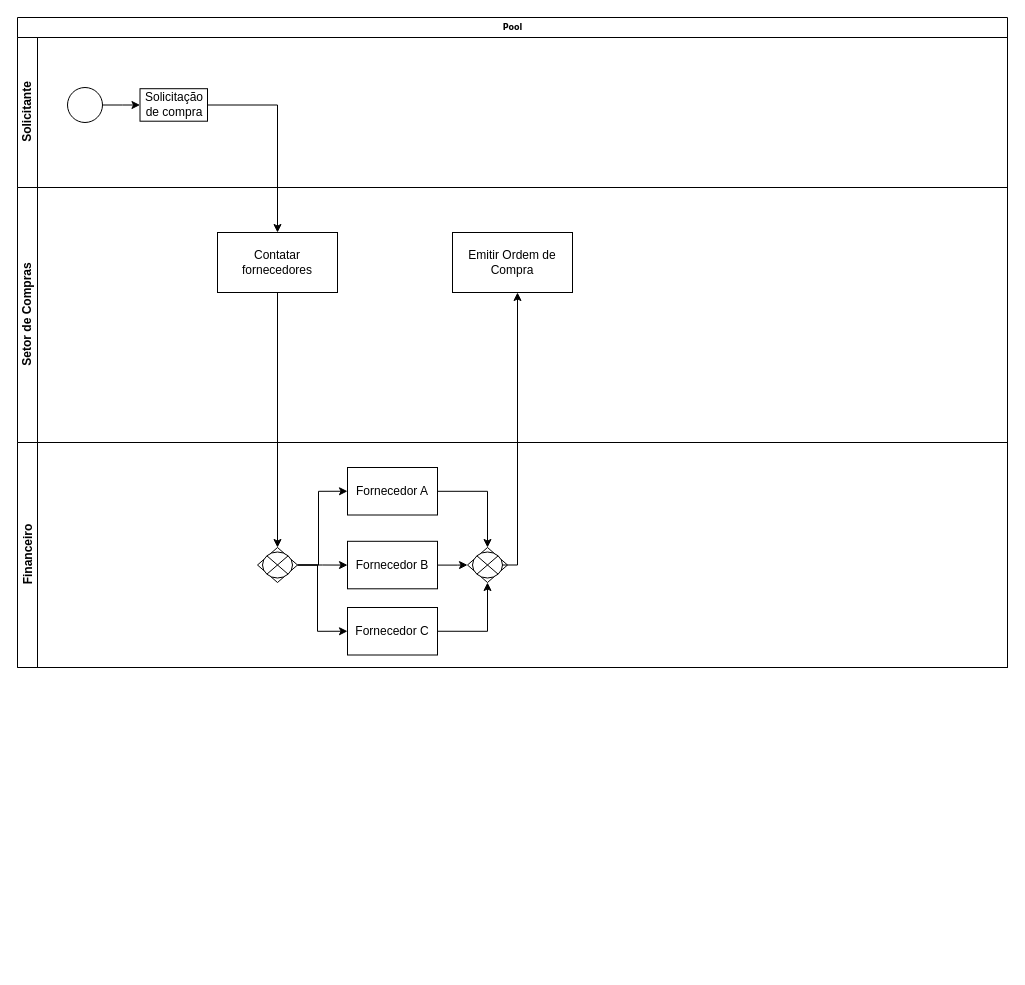
The draw.io diagram trabalho.drawio in Dallas-03/DiagramaAnalise, before the edit. Source tidied: cells renumbered, new cells numbered last; positions are measured from the earlier drawing's top-left corner, leaving out a move shared by most shapes. Both pictures are drawn from the tidied source at 100%, with x=0, y=0 at pixel (17, 17).
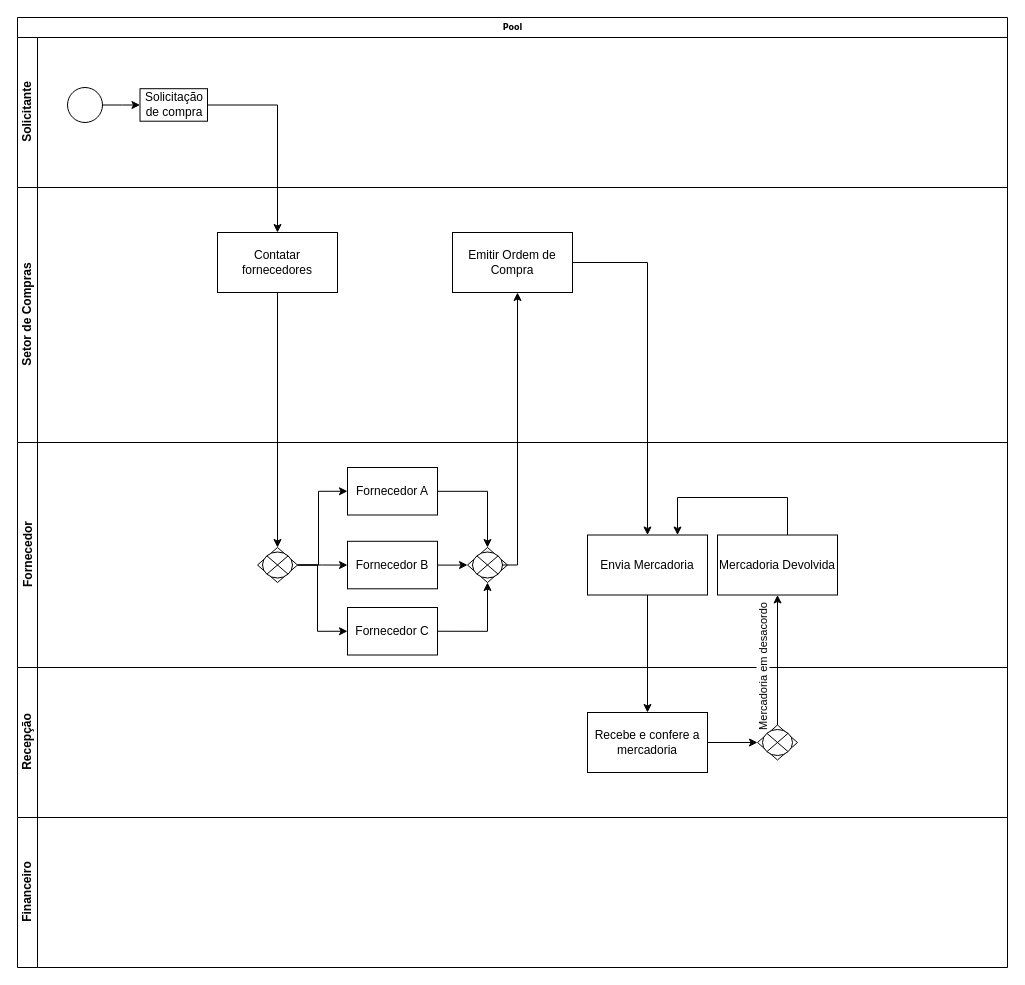
Above is the later version.

The change refers to these unchanged cells:
```xml
<mxCell id="2" value="Pool" style="swimlane;html=1;horizontal=1;startSize=20;rounded=0;shadow=0;labelBackgroundColor=none;strokeWidth=1;fontFamily=Verdana;fontSize=8;align=center;" parent="1" vertex="1">
  <mxGeometry width="990" height="650" as="geometry" />
</mxCell>
<mxCell id="9" value="Emitir Ordem de Compra" style="whiteSpace=wrap;html=1;" parent="7" vertex="1">
  <mxGeometry x="435" y="45" width="120" height="60" as="geometry" />
</mxCell>
```

Change to the diagram source:
```diff
@@
-    <mxCell id="12" value="Financeiro" style="swimlane;html=1;startSize=20;horizontal=0;" parent="2" vertex="1">
+    <mxCell id="12" value="Fornecedor" style="swimlane;html=1;startSize=20;horizontal=0;" parent="2" vertex="1">
       <mxGeometry y="425" width="990" height="225" as="geometry" />
     </mxCell>
@@
+    <mxCell id="27" value="Envia Mercadoria" style="whiteSpace=wrap;html=1;" parent="12" vertex="1">
+      <mxGeometry x="570" y="92.5" width="120" height="60" as="geometry" />
+    </mxCell>
+    <mxCell id="28" style="edgeStyle=orthogonalEdgeStyle;rounded=0;jettySize=auto;html=1;entryX=0.75;entryY=0;entryDx=0;entryDy=0;" parent="12" edge="1" source="29" target="27">
+      <mxGeometry relative="1" as="geometry">
+        <Array as="points">
+          <mxPoint x="770" y="55" />
+          <mxPoint x="660" y="55" />
+        </Array>
+      </mxGeometry>
+    </mxCell>
+    <mxCell id="29" value="Mercadoria Devolvida" style="whiteSpace=wrap;html=1;" parent="12" vertex="1">
+      <mxGeometry x="700" y="92.5" width="120" height="60" as="geometry" />
+    </mxCell>
@@
+    <mxCell id="30" style="edgeStyle=orthogonalEdgeStyle;rounded=0;jettySize=auto;html=1;" parent="2" edge="1" source="9" target="27">
+      <mxGeometry relative="1" as="geometry" />
+    </mxCell>
+    <mxCell id="31" value="Recepção" style="swimlane;html=1;startSize=20;horizontal=0;" parent="1" vertex="1">
+      <mxGeometry y="650" width="990" height="150" as="geometry" />
+    </mxCell>
+    <mxCell id="32" style="edgeStyle=orthogonalEdgeStyle;rounded=0;jettySize=auto;html=1;" parent="31" edge="1" source="33" target="34">
+      <mxGeometry relative="1" as="geometry" />
+    </mxCell>
+    <mxCell id="33" value="Recebe e confere a mercadoria" style="whiteSpace=wrap;html=1;" parent="31" vertex="1">
+      <mxGeometry x="570" y="45" width="120" height="60" as="geometry" />
+    </mxCell>
+    <mxCell id="34" style="rhombus;whiteSpace=wrap;html=1;" parent="31" vertex="1">
+      <mxGeometry x="740" y="57.5" width="40" height="35" as="geometry" />
+    </mxCell>
+    <mxCell id="35" style="shape=sumEllipse;perimeter=ellipsePerimeter;whiteSpace=wrap;html=1;backgroundOutline=1;" parent="31" vertex="1">
+      <mxGeometry x="745" y="62" width="30" height="26" as="geometry" />
+    </mxCell>
+    <mxCell id="36" style="edgeStyle=orthogonalEdgeStyle;rounded=0;jettySize=auto;html=1;" parent="1" edge="1" source="27" target="33">
+      <mxGeometry relative="1" as="geometry" />
+    </mxCell>
+    <mxCell id="37" value="Financeiro" style="swimlane;html=1;startSize=20;horizontal=0;" parent="1" vertex="1">
+      <mxGeometry y="800" width="990" height="150" as="geometry" />
+    </mxCell>
+    <mxCell id="38" style="edgeStyle=orthogonalEdgeStyle;rounded=0;jettySize=auto;html=1;" parent="1" edge="1" source="34" target="29">
+      <mxGeometry relative="1" as="geometry" />
+    </mxCell>
+    <mxCell id="39" value="Mercadoria em desacordo" style="edgeLabel;html=1;align=center;verticalAlign=middle;rotation=-90;" parent="38" vertex="1">
+      <mxGeometry x="-0.28" relative="1" as="geometry">
+        <mxPoint x="-15" y="-10" as="offset" />
+      </mxGeometry>
+    </mxCell>
```
